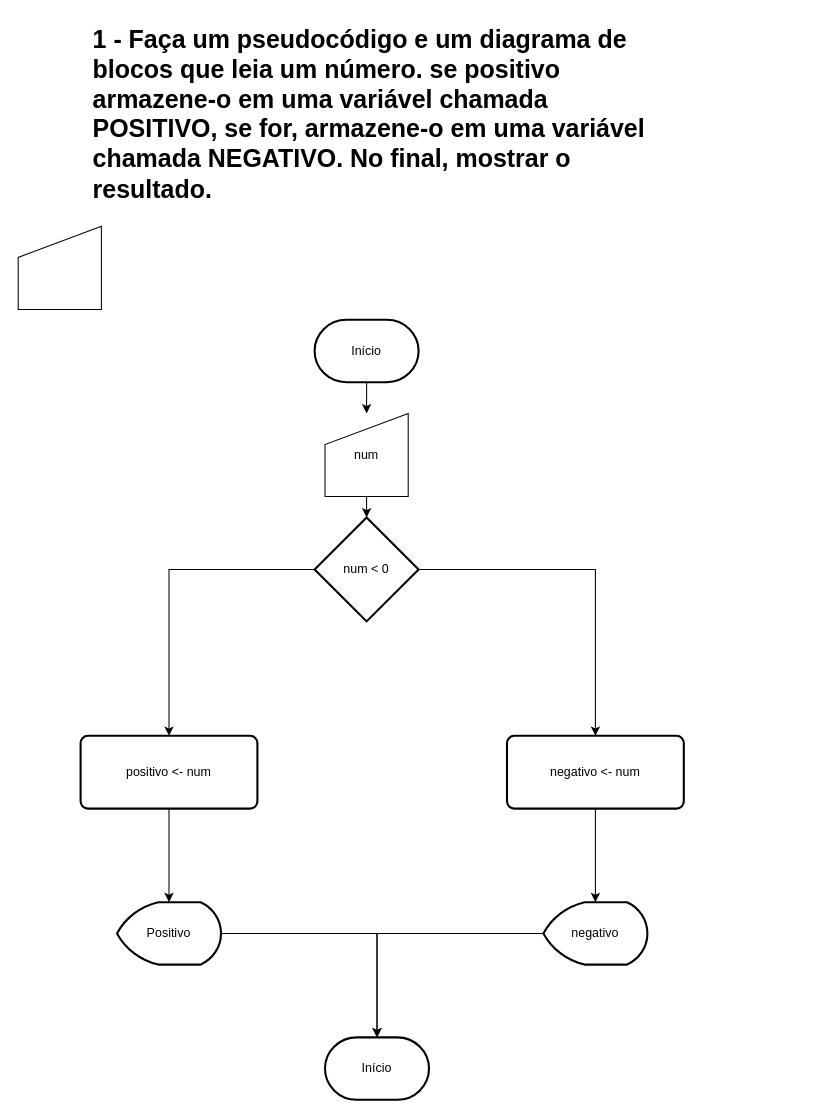
MatheusAK/Etec keeps this draw.io diagram as programaçãoAlgoritmos/bimestre2/21-05.drawio. Above is the earlier version. Source tidied: cells renumbered, new cells numbered last; positions are measured from the earlier drawing's top-left corner, leaving out a move shared by most shapes. Both pictures are drawn from the tidied source at 104%, with x=0, y=0 at pixel (18, 18).
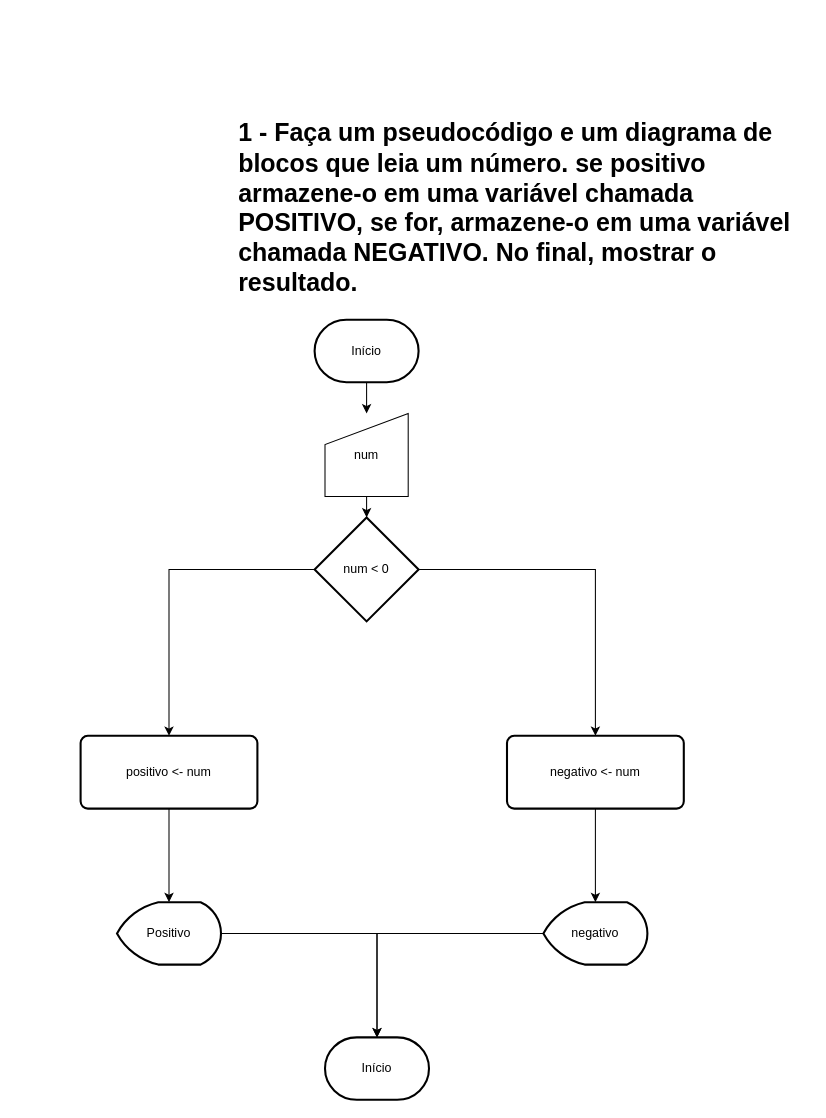
After the change.

The edit, as a diff of the source:
```diff
@@
 <mxGraphModel>
   <root>
     <mxCell id="0" />
     <mxCell id="1" parent="0" />
     <mxCell id="2" value="&lt;h1 style=&quot;margin-top: 0px;&quot;&gt;1 - Faça um pseudocódigo e um diagrama de blocos que leia um número. se positivo armazene-o em uma variável chamada POSITIVO, se for, armazene-o em uma variável chamada NEGATIVO. No final, mostrar o resultado.&lt;/h1&gt;" style="text;html=1;whiteSpace=wrap;overflow=hidden;rounded=0;" parent="1" vertex="1">
-      <mxGeometry x="70" width="550" height="230" as="geometry" />
+      <mxGeometry x="210" y="90" width="550" height="230" as="geometry" />
     </mxCell>
-    <mxCell id="3" style="shape=manualInput;whiteSpace=wrap;html=1;" parent="1" vertex="1">
-      <mxGeometry y="200" width="80" height="80" as="geometry" />
-    </mxCell>
     <mxCell id="4" style="edgeStyle=orthogonalEdgeStyle;rounded=0;jettySize=auto;html=1;" parent="1" edge="1" source="6" target="13">
       <mxGeometry relative="1" as="geometry" />
     </mxCell>
     <mxCell id="5" style="edgeStyle=orthogonalEdgeStyle;rounded=0;jettySize=auto;html=1;" parent="1" edge="1" source="6" target="15">
       <mxGeometry relative="1" as="geometry" />
     </mxCell>
     <mxCell id="6" value="num &amp;lt; 0" style="strokeWidth=2;html=1;shape=mxgraph.flowchart.decision;whiteSpace=wrap;" parent="1" vertex="1">
       <mxGeometry x="285" y="480" width="100" height="100" as="geometry" />
     </mxCell>
     <mxCell id="7" value="Positivo" style="strokeWidth=2;html=1;shape=mxgraph.flowchart.display;whiteSpace=wrap;" parent="1" vertex="1">
       <mxGeometry x="95" y="850" width="100" height="60" as="geometry" />
     </mxCell>
     <mxCell id="8" style="edgeStyle=orthogonalEdgeStyle;rounded=0;jettySize=auto;html=1;" parent="1" edge="1" source="9" target="11">
       <mxGeometry relative="1" as="geometry" />
     </mxCell>
     <mxCell id="9" value="Início" style="strokeWidth=2;html=1;shape=mxgraph.flowchart.terminator;whiteSpace=wrap;" parent="1" vertex="1">
       <mxGeometry x="285" y="290" width="100" height="60" as="geometry" />
     </mxCell>
     <mxCell id="10" style="edgeStyle=orthogonalEdgeStyle;rounded=0;jettySize=auto;html=1;" parent="1" edge="1" source="11" target="6">
       <mxGeometry relative="1" as="geometry" />
     </mxCell>
     <mxCell id="11" value="num" style="shape=manualInput;whiteSpace=wrap;html=1;" parent="1" vertex="1">
       <mxGeometry x="295" y="380" width="80" height="80" as="geometry" />
     </mxCell>
     <mxCell id="12" style="edgeStyle=orthogonalEdgeStyle;rounded=0;jettySize=auto;html=1;" parent="1" edge="1" source="13" target="16">
       <mxGeometry relative="1" as="geometry" />
     </mxCell>
     <mxCell id="13" value="negativo &amp;lt;- num" style="rounded=1;whiteSpace=wrap;html=1;absoluteArcSize=1;arcSize=14;strokeWidth=2;" parent="1" vertex="1">
       <mxGeometry x="470" y="690" width="170" height="70" as="geometry" />
     </mxCell>
     <mxCell id="14" style="edgeStyle=orthogonalEdgeStyle;rounded=0;jettySize=auto;html=1;" parent="1" edge="1" source="15" target="7">
       <mxGeometry relative="1" as="geometry" />
     </mxCell>
     <mxCell id="15" value="positivo &amp;lt;- num" style="rounded=1;whiteSpace=wrap;html=1;absoluteArcSize=1;arcSize=14;strokeWidth=2;" parent="1" vertex="1">
       <mxGeometry x="60" y="690" width="170" height="70" as="geometry" />
     </mxCell>
     <mxCell id="16" value="negativo" style="strokeWidth=2;html=1;shape=mxgraph.flowchart.display;whiteSpace=wrap;" parent="1" vertex="1">
       <mxGeometry x="505" y="850" width="100" height="60" as="geometry" />
     </mxCell>
     <mxCell id="17" value="Início" style="strokeWidth=2;html=1;shape=mxgraph.flowchart.terminator;whiteSpace=wrap;" parent="1" vertex="1">
       <mxGeometry x="295" y="980" width="100" height="60" as="geometry" />
     </mxCell>
     <mxCell id="18" style="edgeStyle=orthogonalEdgeStyle;rounded=0;jettySize=auto;html=1;entryX=0.5;entryY=0;entryDx=0;entryDy=0;entryPerimeter=0;" parent="1" edge="1" source="16" target="17">
       <mxGeometry relative="1" as="geometry" />
     </mxCell>
     <mxCell id="19" style="edgeStyle=orthogonalEdgeStyle;rounded=0;jettySize=auto;html=1;entryX=0.5;entryY=0;entryDx=0;entryDy=0;entryPerimeter=0;" parent="1" edge="1" source="7" target="17">
       <mxGeometry relative="1" as="geometry" />
     </mxCell>
   </root>
 </mxGraphModel>
```
